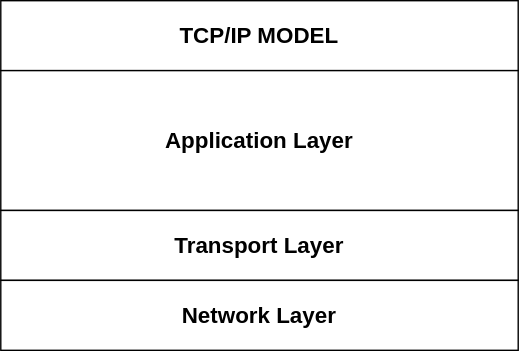
chloe-valentine/network-diagrams keeps this draw.io diagram as TCP/IP Model.drawio.svg. Above is the earlier version. Source tidied: cells renumbered, new cells last; positions are measured from the earlier drawing's top-left corner, leaving out a move shared by most shapes.
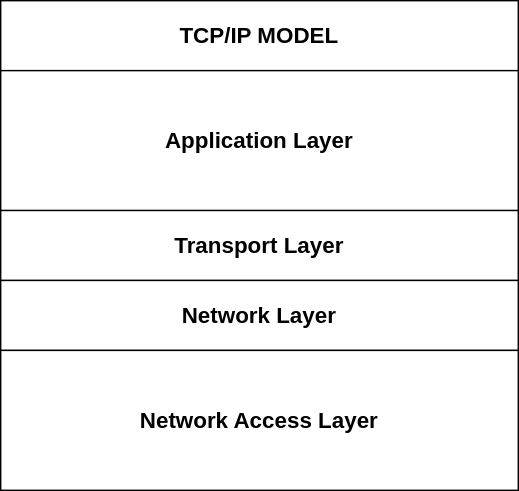
Later version of the same file.

The edit, as a diff of the source:
```diff
@@ -14,5 +14,8 @@
     <mxCell id="5" value="&lt;span style=&quot;font-size: 16px;&quot;&gt;&lt;b&gt;Network Layer&lt;/b&gt;&lt;/span&gt;" style="rounded=0;whiteSpace=wrap;html=1;" parent="1" vertex="1">
       <mxGeometry y="200" width="370" height="50" as="geometry" />
     </mxCell>
+    <mxCell id="6" value="&lt;span style=&quot;font-size: 16px;&quot;&gt;&lt;b&gt;Network Access Layer&lt;/b&gt;&lt;/span&gt;" style="rounded=0;whiteSpace=wrap;html=1;" parent="1" vertex="1">
+      <mxGeometry y="250" width="370" height="100" as="geometry" />
+    </mxCell>
   </root>
 </mxGraphModel>
```
